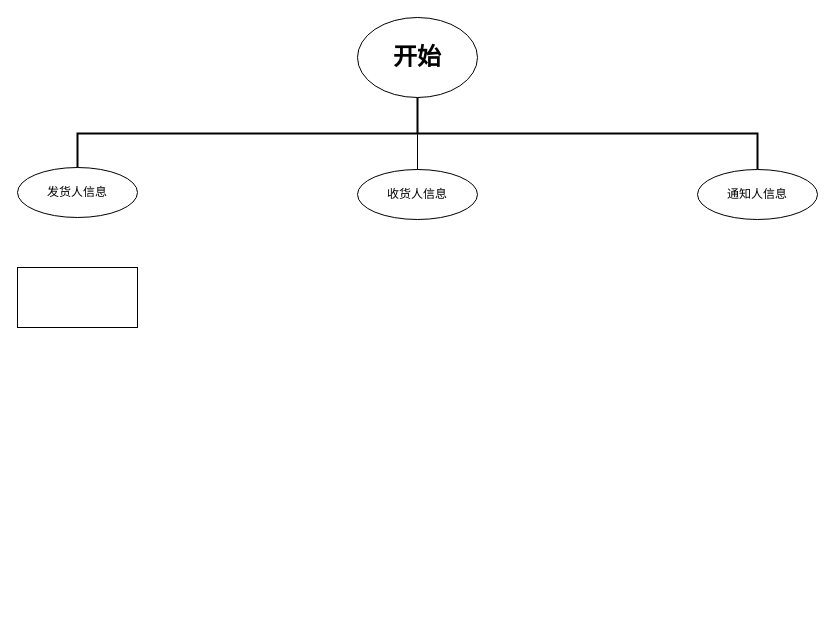
Before: manifest/收发通管理/新增收发通.drawio in caixuecheng/track-drawio, a draw.io diagram. Source tidied: cells renumbered, new cells numbered last; positions are measured from the earlier drawing's top-left corner, leaving out a move shared by most shapes. Both pictures are drawn from the tidied source at 100%, with x=0, y=0 at pixel (17, 17).
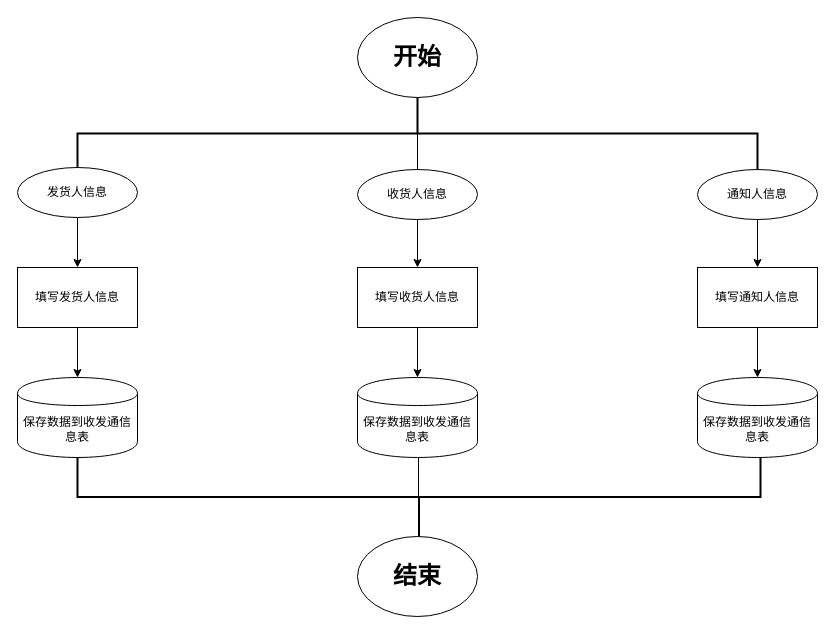
The same diagram, later.

Commit message:
更新新增收发通.drawio

The change refers to these unchanged cells:
```xml
<mxCell id="5" value="收货人信息" style="ellipse;whiteSpace=wrap;html=1;" parent="1" vertex="1">
  <mxGeometry x="340" y="152" width="120" height="50" as="geometry" />
</mxCell>
<mxCell id="6" value="通知人信息" style="ellipse;whiteSpace=wrap;html=1;" parent="1" vertex="1">
  <mxGeometry x="680" y="152" width="120" height="50" as="geometry" />
</mxCell>
<mxCell id="7" value="发货人信息" style="ellipse;whiteSpace=wrap;html=1;" parent="1" vertex="1">
  <mxGeometry y="150" width="120" height="50" as="geometry" />
</mxCell>
```

Diff of the diagram source:
```diff
@@
+    <mxCell id="9" style="edgeStyle=orthogonalEdgeStyle;rounded=0;jettySize=auto;html=1;" parent="1" edge="1" source="5" target="14">
+      <mxGeometry relative="1" as="geometry" />
+    </mxCell>
@@
+    <mxCell id="10" style="edgeStyle=orthogonalEdgeStyle;rounded=0;jettySize=auto;html=1;" parent="1" edge="1" source="6" target="16">
+      <mxGeometry relative="1" as="geometry" />
+    </mxCell>
@@
+    <mxCell id="11" style="edgeStyle=orthogonalEdgeStyle;rounded=0;jettySize=auto;html=1;" parent="1" edge="1" source="7" target="8">
+      <mxGeometry relative="1" as="geometry" />
+    </mxCell>
@@
+    <mxCell id="12" style="edgeStyle=orthogonalEdgeStyle;rounded=0;jettySize=auto;html=1;" parent="1" edge="1" source="8" target="17">
+      <mxGeometry relative="1" as="geometry" />
+    </mxCell>
-    <mxCell id="8" style="rounded=0;whiteSpace=wrap;html=1;" parent="1" vertex="1">
+    <mxCell id="8" value="填写发货人信息" style="rounded=0;whiteSpace=wrap;html=1;" parent="1" vertex="1">
       <mxGeometry y="250" width="120" height="60" as="geometry" />
     </mxCell>
+    <mxCell id="13" style="edgeStyle=orthogonalEdgeStyle;rounded=0;jettySize=auto;html=1;" parent="1" edge="1" source="14" target="18">
+      <mxGeometry relative="1" as="geometry" />
+    </mxCell>
+    <mxCell id="14" value="填写收货人信息" style="rounded=0;whiteSpace=wrap;html=1;" parent="1" vertex="1">
+      <mxGeometry x="340" y="250" width="120" height="60" as="geometry" />
+    </mxCell>
+    <mxCell id="15" style="edgeStyle=orthogonalEdgeStyle;rounded=0;jettySize=auto;html=1;" parent="1" edge="1" source="16" target="19">
+      <mxGeometry relative="1" as="geometry" />
+    </mxCell>
+    <mxCell id="16" value="填写通知人信息" style="rounded=0;whiteSpace=wrap;html=1;" parent="1" vertex="1">
+      <mxGeometry x="680" y="250" width="120" height="60" as="geometry" />
+    </mxCell>
+    <mxCell id="17" value="保存数据到收发通信息表" style="shape=cylinder;whiteSpace=wrap;html=1;boundedLbl=1;backgroundOutline=1;" parent="1" vertex="1">
+      <mxGeometry y="360" width="120" height="80" as="geometry" />
+    </mxCell>
+    <mxCell id="18" value="保存数据到收发通信息表" style="shape=cylinder;whiteSpace=wrap;html=1;boundedLbl=1;backgroundOutline=1;" parent="1" vertex="1">
+      <mxGeometry x="340" y="360" width="120" height="80" as="geometry" />
+    </mxCell>
+    <mxCell id="19" value="保存数据到收发通信息表" style="shape=cylinder;whiteSpace=wrap;html=1;boundedLbl=1;backgroundOutline=1;" parent="1" vertex="1">
+      <mxGeometry x="680" y="360" width="120" height="80" as="geometry" />
+    </mxCell>
+    <mxCell id="20" style="strokeWidth=2;html=1;shape=mxgraph.flowchart.annotation_2;align=left;direction=north;" parent="1" vertex="1">
+      <mxGeometry x="60" y="440" width="683" height="79" as="geometry" />
+    </mxCell>
+    <mxCell id="21" style="edgeStyle=orthogonalEdgeStyle;rounded=0;orthogonalLoop=1;jettySize=auto;html=1;" parent="1" edge="1">
+      <mxGeometry relative="1" as="geometry">
+        <mxPoint x="401" y="440" as="sourcePoint" />
+        <mxPoint x="401" y="550" as="targetPoint" />
+      </mxGeometry>
+    </mxCell>
+    <mxCell id="22" value="&lt;h1&gt;结束&lt;/h1&gt;" style="ellipse;whiteSpace=wrap;html=1;" parent="1" vertex="1">
+      <mxGeometry x="340" y="519" width="120" height="80" as="geometry" />
+    </mxCell>
```
